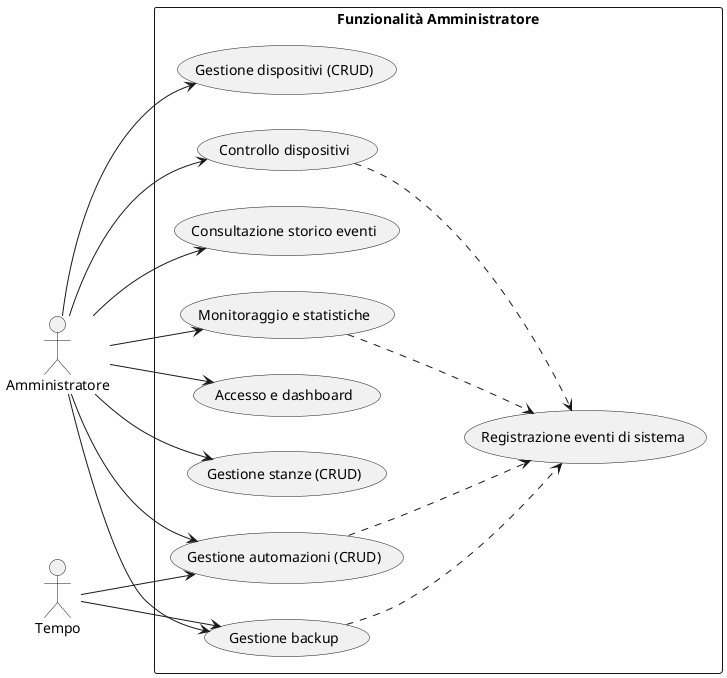
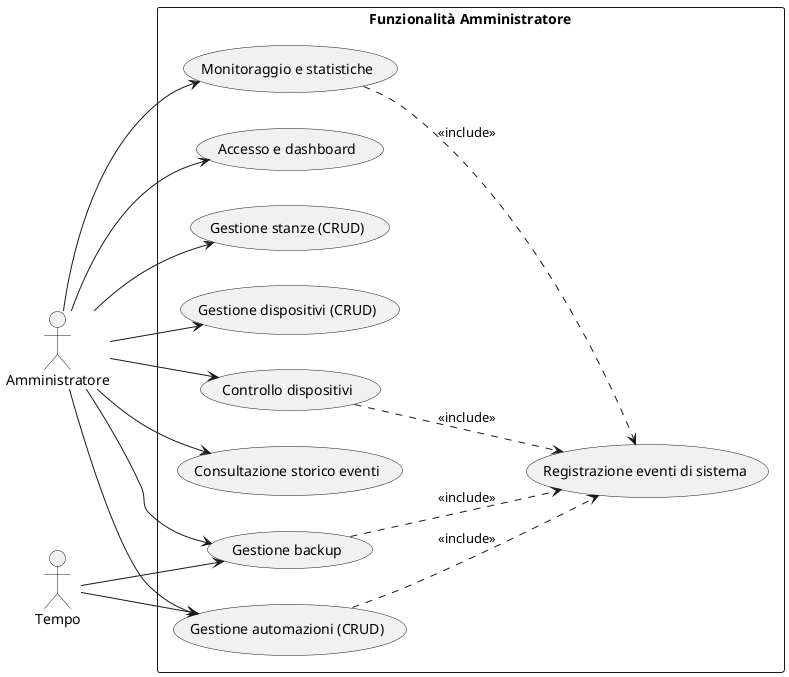
@startuml
left to right direction

actor "Amministratore" as A
actor "Tempo" as T

rectangle "Funzionalità Amministratore" {
  usecase "Accesso e dashboard" as UC1
  usecase "Gestione stanze (CRUD)" as UC2
  usecase "Gestione dispositivi (CRUD)" as UC3
  usecase "Controllo dispositivi" as UC4
  usecase "Gestione automazioni (CRUD)" as UC5
  usecase "Consultazione storico eventi" as UC6
  usecase "Gestione backup" as UC7
  usecase "Monitoraggio e statistiche" as UC8
  usecase "Registrazione eventi di sistema" as UCE1
}

A --> UC1
A --> UC2
A --> UC3
A --> UC4
A --> UC5
A --> UC6
A --> UC7
A --> UC8

T --> UC7
T --> UC5

- UC4 ..> UCE1
- UC5 ..> UCE1
- UC7 ..> UCE1
- UC8 ..> UCE1
+ UC4 ..> UCE1 : <<include>>
+ UC5 ..> UCE1 : <<include>>
+ UC7 ..> UCE1 : <<include>>
+ UC8 ..> UCE1 : <<include>>

@enduml
